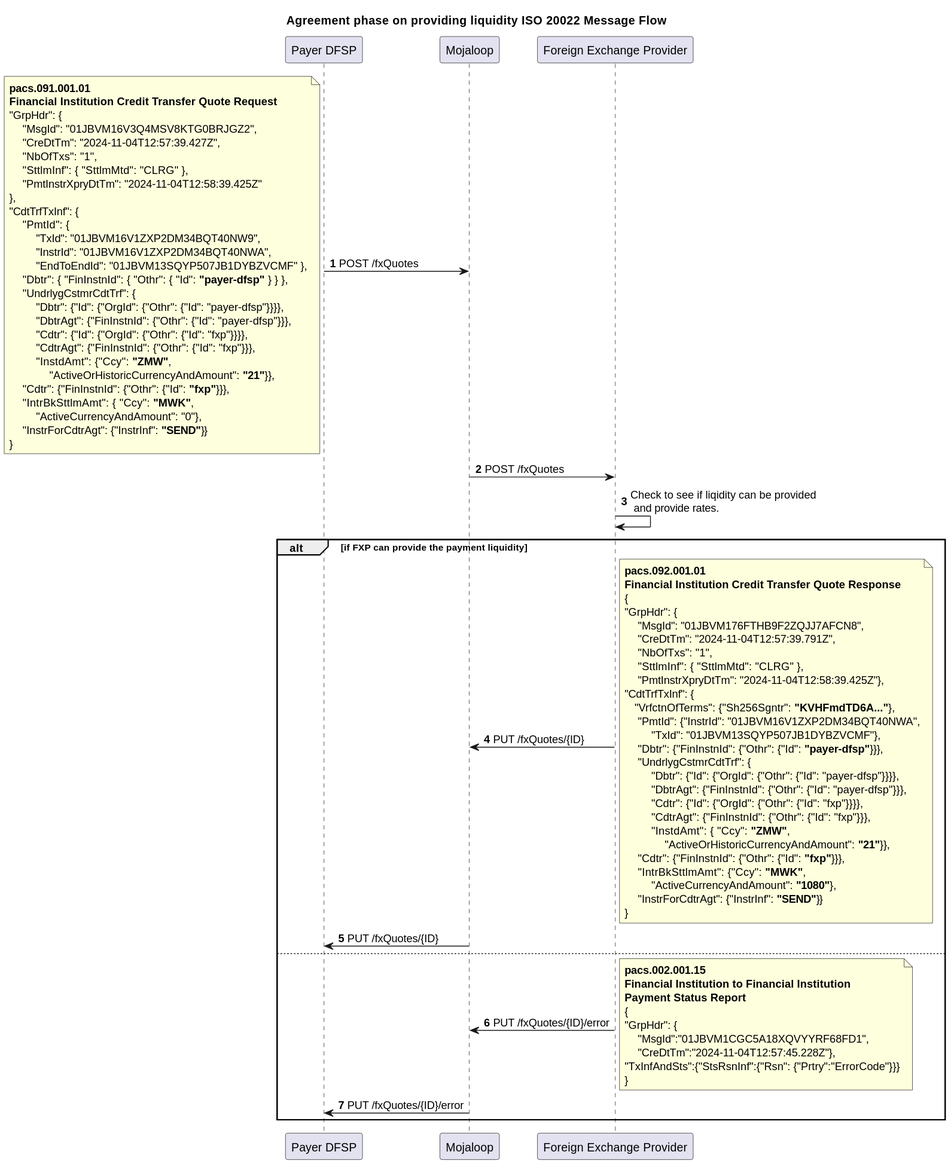
The PlantUML diagram docs/fr/product/features/Iso20022/v1.0/SequenceDiagrams/AgreementConversion.svg in mojaloop/documentation, before a commit. Its source is kept beside it as docs/fr/product/features/Iso20022/v1.0/SequenceDiagrams/AgreementConversion.plantuml.
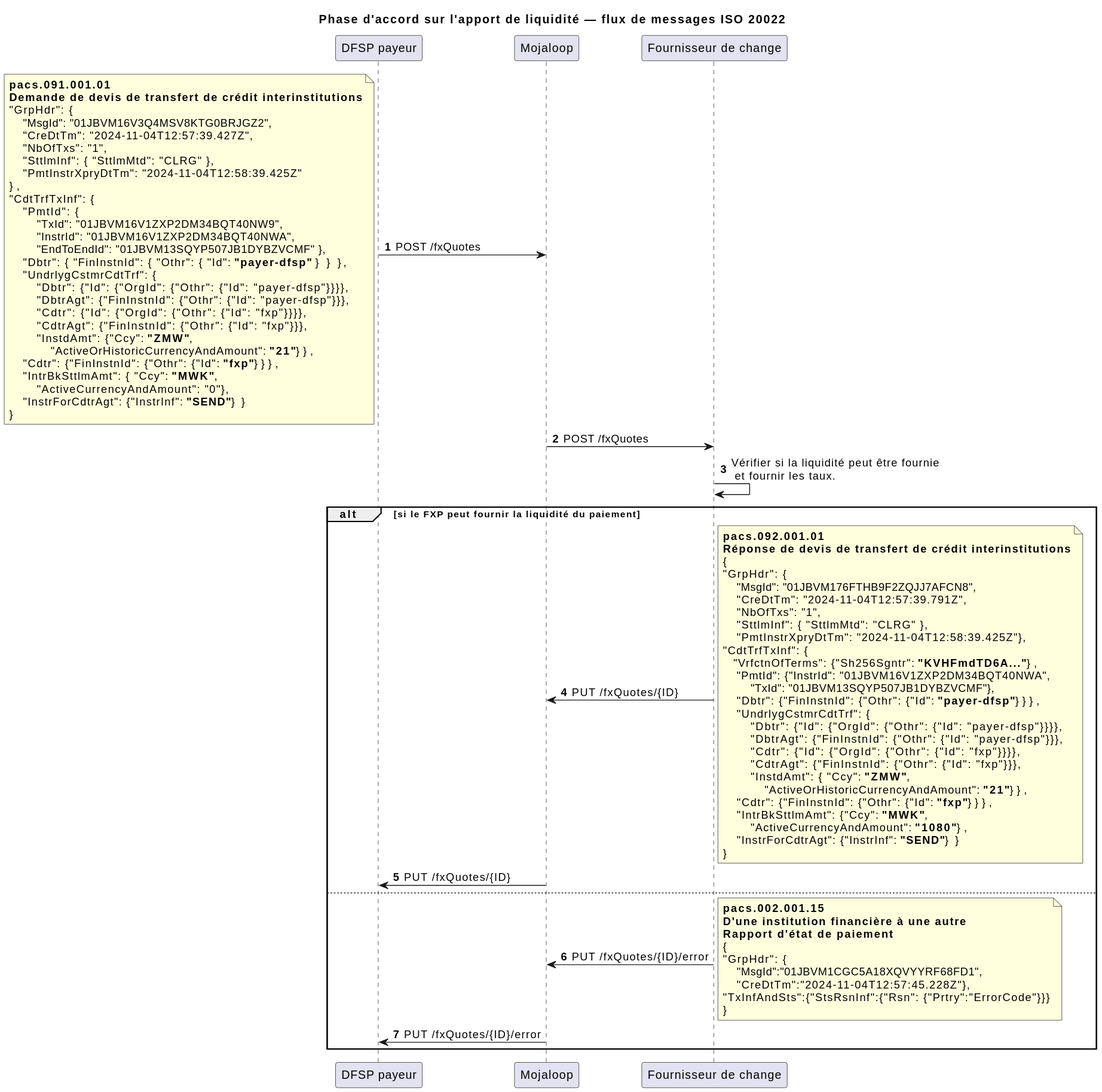
After the change.

Change to the diagram source:
```diff
@@ -1,16 +1,16 @@
 @startuml
 
-Title Agreement phase on providing liquidity ISO 20022 Message Flow
-participant PayerDFSP as "Payer DFSP"
+Title Phase d'accord sur l'apport de liquidité — flux de messages ISO 20022
+participant PayerDFSP as "DFSP payeur"
 participant Mojaloop as "Mojaloop"
-participant FXP as "Foreign Exchange Provider"
+participant FXP as "Fournisseur de change"
 
 autonumber
 
 PayerDFSP -> Mojaloop: POST /fxQuotes
 note left
 **pacs.091.001.01**
-**Financial Institution Credit Transfer Quote Request**
+**Demande de devis de transfert de crédit interinstitutions**
 "GrpHdr": {
     "MsgId": "01JBVM16V3Q4MSV8KTG0BRJGZ2",
     "CreDtTm": "2024-11-04T12:57:39.427Z",
@@ -38,12 +38,12 @@
 }
 end note
 Mojaloop -> FXP: POST /fxQuotes
-FXP -> FXP: Check to see if liqidity can be provided \n and provide rates.
-alt if FXP can provide the payment liquidity
+FXP -> FXP: Vérifier si la liquidité peut être fournie \n et fournir les taux.
+alt si le FXP peut fournir la liquidité du paiement
 FXP -> Mojaloop: PUT /fxQuotes/{ID}
 note right
 **pacs.092.001.01**
-**Financial Institution Credit Transfer Quote Response**
+**Réponse de devis de transfert de crédit interinstitutions**
 {
 "GrpHdr": {
     "MsgId": "01JBVM176FTHB9F2ZQJJ7AFCN8",
@@ -76,8 +76,8 @@
 FXP -> Mojaloop: PUT /fxQuotes/{ID}/error
 note right
 **pacs.002.001.15**
-**Financial Institution to Financial Institution**
-**Payment Status Report**
+**D'une institution financière à une autre**
+**Rapport d'état de paiement**
 {
 "GrpHdr": {
     "MsgId":"01JBVM1CGC5A18XQVYYRF68FD1",
```
